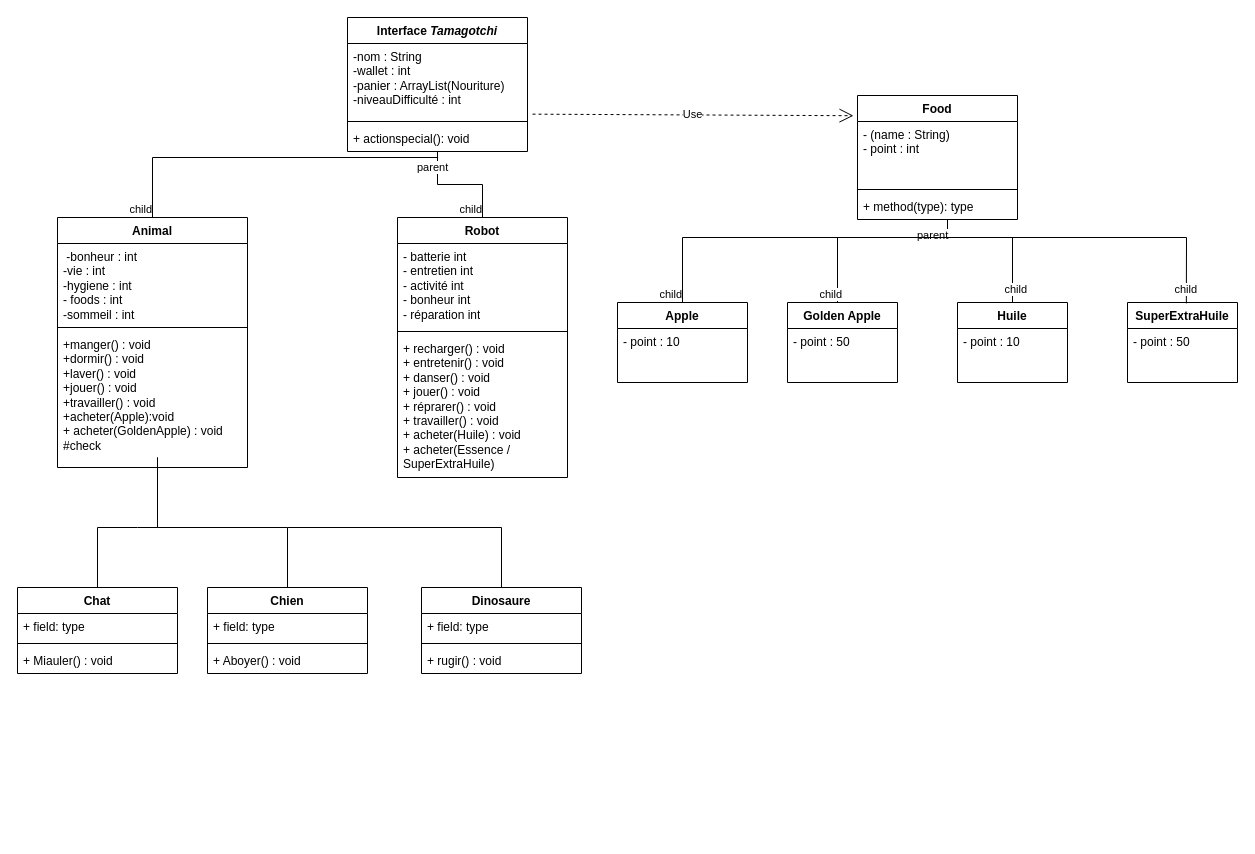
Above: page "Page-2" (2 of 2) of Diagram.drawio in BMaurice56/Tamagotchi (draw.io), before the change. Source tidied: cells renumbered, new cells numbered last; positions are measured from the earlier drawing's top-left corner, leaving out a move shared by most shapes. Both pictures are drawn from the tidied source at 100%, with x=0, y=0 at pixel (17, 17).
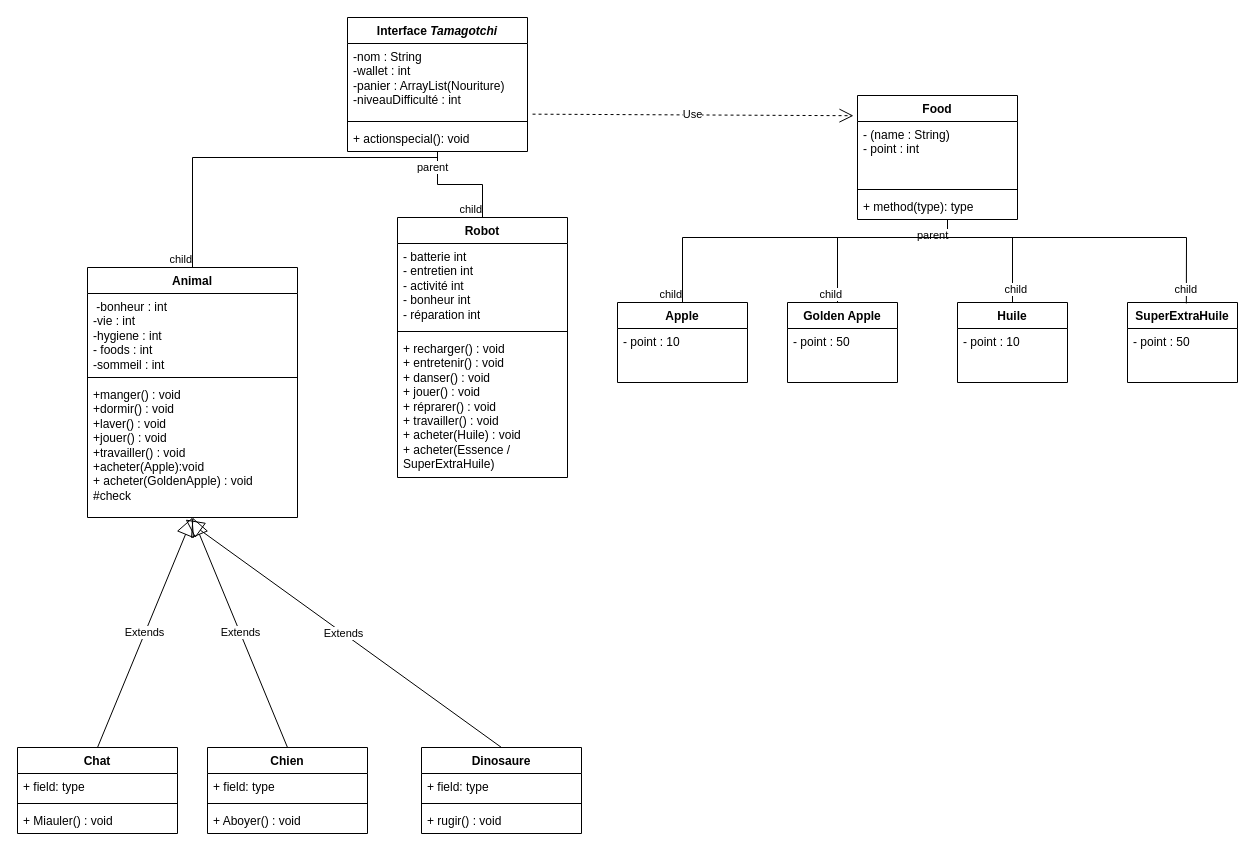
After the change.

Commit message:
Mettre à jour Diagram.drawio

The change refers to these unchanged cells:
```xml
<mxCell id="23" value="Food" style="swimlane;fontStyle=1;align=center;verticalAlign=top;horizontal=1;startSize=26;whiteSpace=wrap;html=1;" parent="1" vertex="1">
  <mxGeometry x="840" y="78" width="160" height="124" as="geometry" />
</mxCell>
<mxCell id="28" value="Apple" style="swimlane;fontStyle=1;align=center;verticalAlign=top;horizontal=1;startSize=26;whiteSpace=wrap;html=1;" parent="1" vertex="1">
  <mxGeometry x="600" y="285" width="130" height="80" as="geometry" />
</mxCell>
```

What changed in the source:
```diff
@@
     <mxCell id="6" value="Dinosaure" style="swimlane;fontStyle=1;align=center;verticalAlign=top;horizontal=1;startSize=26;whiteSpace=wrap;html=1;" parent="1" vertex="1">
-      <mxGeometry x="404" y="570" width="160" height="86" as="geometry" />
+      <mxGeometry x="404" y="730" width="160" height="86" as="geometry" />
     </mxCell>
@@
     <mxCell id="14" value="Animal" style="swimlane;fontStyle=1;align=center;verticalAlign=top;horizontal=1;startSize=26;whiteSpace=wrap;html=1;" parent="1" vertex="1">
-      <mxGeometry x="40" y="200" width="190" height="250" as="geometry" />
+      <mxGeometry x="70" y="250" width="210" height="250" as="geometry" />
     </mxCell>
     <mxCell id="15" value="&lt;div&gt;&amp;nbsp;-bonheur : int&lt;br&gt;&lt;/div&gt;&lt;div&gt;-vie : int&lt;/div&gt;&lt;div&gt;-hygiene : int&lt;/div&gt;&lt;div&gt;- foods : int&lt;/div&gt;&lt;div&gt;-sommeil : int&lt;br&gt;&lt;/div&gt;&lt;div&gt;&lt;br&gt;&lt;/div&gt;" style="text;strokeColor=none;fillColor=none;align=left;verticalAlign=top;spacingLeft=4;spacingRight=4;overflow=hidden;whiteSpace=wrap;html=1;" parent="14" vertex="1">
-      <mxGeometry y="26" width="190" height="80" as="geometry" />
+      <mxGeometry y="26" width="210" height="80" as="geometry" />
     </mxCell>
     <mxCell id="16" style="line;strokeWidth=1;fillColor=none;align=left;verticalAlign=middle;spacingTop=-1;spacingLeft=3;spacingRight=3;labelPosition=right;strokeColor=inherit;" parent="14" vertex="1">
-      <mxGeometry y="106" width="190" height="8" as="geometry" />
+      <mxGeometry y="106" width="210" height="8" as="geometry" />
     </mxCell>
     <mxCell id="17" value="&lt;div&gt;+manger() : void&lt;/div&gt;&lt;div&gt;+dormir() : void&lt;/div&gt;&lt;div&gt;+laver() : void&lt;/div&gt;&lt;div&gt;+jouer() : void&lt;/div&gt;&lt;div&gt;+travailler() : void&lt;br&gt;&lt;/div&gt;&lt;div&gt;+acheter(Apple):void&lt;/div&gt;&lt;div&gt;+ acheter(GoldenApple) : void&lt;/div&gt;&lt;div&gt;#check&lt;br&gt;&lt;/div&gt;&lt;div&gt;&lt;br&gt;&lt;/div&gt;" style="text;strokeColor=none;fillColor=none;align=left;verticalAlign=top;spacingLeft=4;spacingRight=4;overflow=hidden;points=[[0,0.5],[1,0.5]];portConstraint=eastwest;whiteSpace=wrap;html=1;" parent="14" vertex="1">
-      <mxGeometry y="114" width="190" height="136" as="geometry" />
+      <mxGeometry y="114" width="210" height="136" as="geometry" />
     </mxCell>
@@
-    <mxCell id="32" style="endArrow=none;html=1;edgeStyle=orthogonalEdgeStyle;rounded=0;exitX=0.5;exitY=1;exitDx=0;exitDy=0;entryX=0.5;entryY=0;entryDx=0;entryDy=0;" parent="1" edge="1" source="23" target="28">
+    <mxCell id="32" style="endArrow=none;html=1;edgeStyle=orthogonalEdgeStyle;rounded=0;exitX=0.5;exitY=1;exitDx=0;exitDy=0;entryX=0.5;entryY=0;entryDx=0;entryDy=0;fontStyle=1;" parent="1" edge="1" source="23" target="28">
       <mxGeometry relative="1" as="geometry">
         <Array as="points">
           <mxPoint x="930" y="220" />
           <mxPoint x="665" y="220" />
         </Array>
       </mxGeometry>
     </mxCell>
@@
     <mxCell id="46" value="Chien" style="swimlane;fontStyle=1;align=center;verticalAlign=top;horizontal=1;startSize=26;whiteSpace=wrap;html=1;" parent="1" vertex="1">
-      <mxGeometry x="190" y="570" width="160" height="86" as="geometry" />
+      <mxGeometry x="190" y="730" width="160" height="86" as="geometry" />
     </mxCell>
@@
     <mxCell id="50" value="Chat" style="swimlane;fontStyle=1;align=center;verticalAlign=top;horizontal=1;startSize=26;whiteSpace=wrap;html=1;" parent="1" vertex="1">
-      <mxGeometry y="570" width="160" height="86" as="geometry" />
+      <mxGeometry y="730" width="160" height="86" as="geometry" />
     </mxCell>
@@
-    <mxCell id="54" style="endArrow=none;html=1;rounded=0;exitX=0.5;exitY=0;exitDx=0;exitDy=0;" parent="1" edge="1" source="50">
-      <mxGeometry relative="1" as="geometry">
-        <mxPoint x="140" y="440" as="targetPoint" />
-        <Array as="points">
-          <mxPoint x="80" y="510" />
-          <mxPoint x="120" y="510" />
-          <mxPoint x="140" y="510" />
-          <mxPoint x="140" y="490" />
-        </Array>
-      </mxGeometry>
-    </mxCell>
-    <mxCell id="55" style="endArrow=none;html=1;rounded=0;exitX=0.5;exitY=0;exitDx=0;exitDy=0;" parent="1" edge="1" source="46">
-      <mxGeometry relative="1" as="geometry">
-        <mxPoint x="140" y="440" as="targetPoint" />
-        <Array as="points">
-          <mxPoint x="270" y="510" />
-          <mxPoint x="140" y="510" />
-        </Array>
-      </mxGeometry>
-    </mxCell>
-    <mxCell id="56" style="endArrow=none;html=1;rounded=0;entryX=0.5;entryY=0;entryDx=0;entryDy=0;" parent="1" edge="1" target="6">
-      <mxGeometry relative="1" as="geometry">
-        <mxPoint x="270" y="510" as="sourcePoint" />
-        <Array as="points">
-          <mxPoint x="484" y="510" />
-        </Array>
-      </mxGeometry>
-    </mxCell>
+    <mxCell id="57" value="Extends" style="endArrow=block;endSize=16;endFill=0;html=1;rounded=0;exitX=0.5;exitY=0;exitDx=0;exitDy=0;entryX=0.5;entryY=1;entryDx=0;entryDy=0;" parent="1" edge="1" source="50" target="14">
+      <mxGeometry relative="1" as="geometry" />
+    </mxCell>
+    <mxCell id="58" value="Extends" style="endArrow=block;endSize=16;endFill=0;html=1;rounded=0;exitX=0.5;exitY=0;exitDx=0;exitDy=0;entryX=0.5;entryY=1;entryDx=0;entryDy=0;" parent="1" edge="1" source="46" target="14">
+      <mxGeometry relative="1" as="geometry" />
+    </mxCell>
+    <mxCell id="59" value="Extends" style="endArrow=block;endSize=16;endFill=0;html=1;rounded=0;exitX=0.5;exitY=0;exitDx=0;exitDy=0;entryX=0.467;entryY=1.015;entryDx=0;entryDy=0;entryPerimeter=0;" parent="1" edge="1" source="6" target="17">
+      <mxGeometry relative="1" as="geometry" />
+    </mxCell>
```
